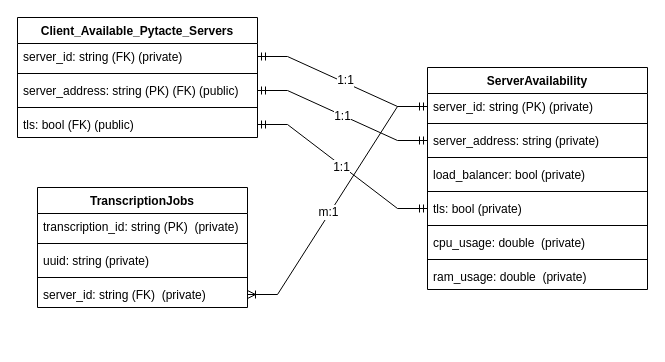
This is Pytacte-py/data/Database_Schema_XML.drawio from CSharpTeoMan911/Pytacte, a draw.io file, before an edit. Source tidied: cells renumbered, new cells numbered last; positions are measured from the earlier drawing's top-left corner, leaving out a move shared by most shapes. Both pictures are drawn from the tidied source at 100%, with x=0, y=0 at pixel (17, 17).
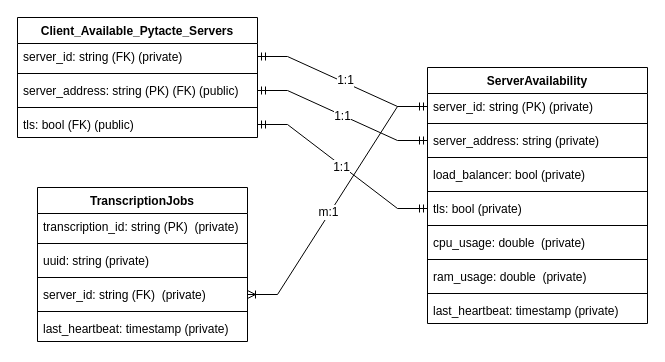
The same page after the edit.

Diff of the diagram source:
```diff
@@
     <mxCell id="2" value="TranscriptionJobs&lt;div&gt;&lt;br&gt;&lt;/div&gt;" style="swimlane;fontStyle=1;align=center;verticalAlign=top;horizontal=1;startSize=26;whiteSpace=wrap;html=1;" parent="1" vertex="1">
-      <mxGeometry x="20" y="170" width="210" height="120" as="geometry" />
+      <mxGeometry x="20" y="170" width="210" height="154" as="geometry" />
     </mxCell>
@@
+    <mxCell id="34" style="line;strokeWidth=1;fillColor=none;align=left;verticalAlign=middle;spacingTop=-1;spacingLeft=3;spacingRight=3;labelPosition=right;strokeColor=inherit;labelPerimeter=1;" parent="2" vertex="1">
+      <mxGeometry y="120" width="210" height="8" as="geometry" />
+    </mxCell>
+    <mxCell id="35" value="last_heartbeat: timestamp (private)" style="text;strokeColor=none;fillColor=none;align=left;verticalAlign=top;spacingLeft=4;spacingRight=4;overflow=hidden;whiteSpace=wrap;html=1;" parent="2" vertex="1">
+      <mxGeometry y="128" width="210" height="26" as="geometry" />
+    </mxCell>
     <mxCell id="8" value="ServerAvailability" style="swimlane;fontStyle=1;align=center;verticalAlign=top;horizontal=1;startSize=26;whiteSpace=wrap;html=1;" parent="1" vertex="1">
-      <mxGeometry x="410" y="50" width="220" height="222" as="geometry" />
+      <mxGeometry x="410" y="50" width="220" height="256" as="geometry" />
     </mxCell>
@@
+    <mxCell id="36" style="line;strokeWidth=1;fillColor=none;align=left;verticalAlign=middle;spacingTop=-1;spacingLeft=3;spacingRight=3;labelPosition=right;strokeColor=inherit;labelPerimeter=1;" parent="8" vertex="1">
+      <mxGeometry y="222" width="220" height="8" as="geometry" />
+    </mxCell>
+    <mxCell id="37" value="last_heartbeat: timestamp (private)" style="text;strokeColor=none;fillColor=none;align=left;verticalAlign=top;spacingLeft=4;spacingRight=4;overflow=hidden;whiteSpace=wrap;html=1;" parent="8" vertex="1">
+      <mxGeometry y="230" width="220" height="26" as="geometry" />
+    </mxCell>
```
